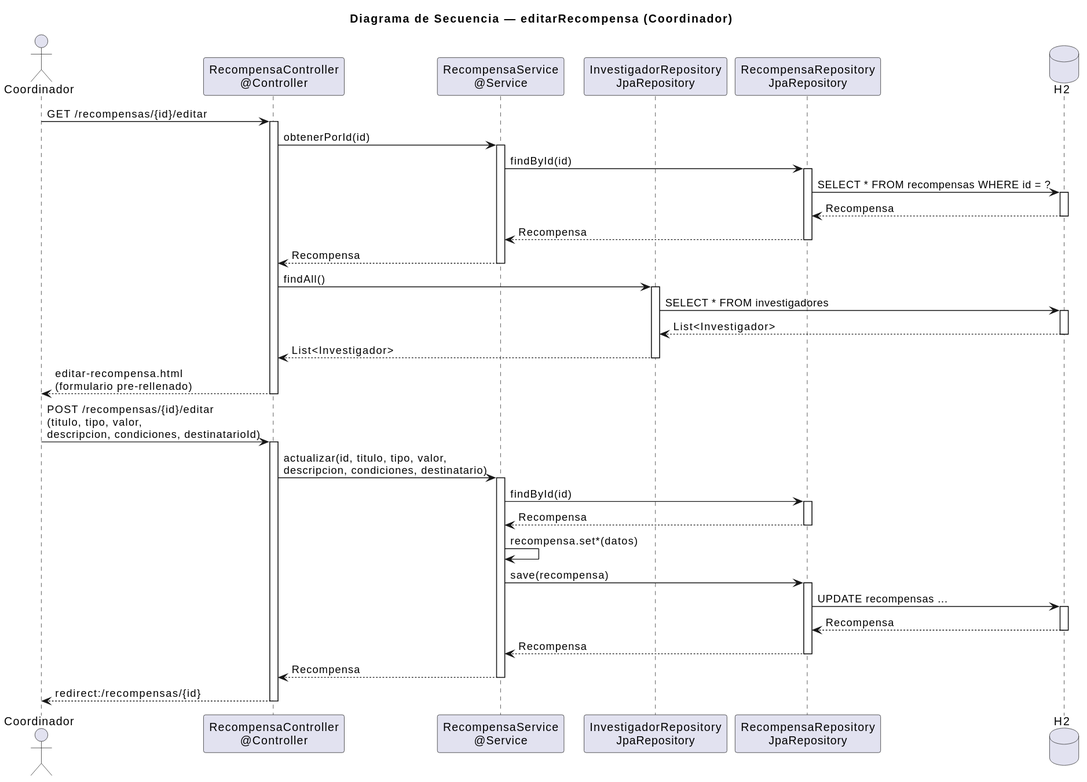
Above: images/diseño/coordinador/editarRecompensa.svg in 31Diego/25-26-idsw2-sdVC (PlantUML), before the change.
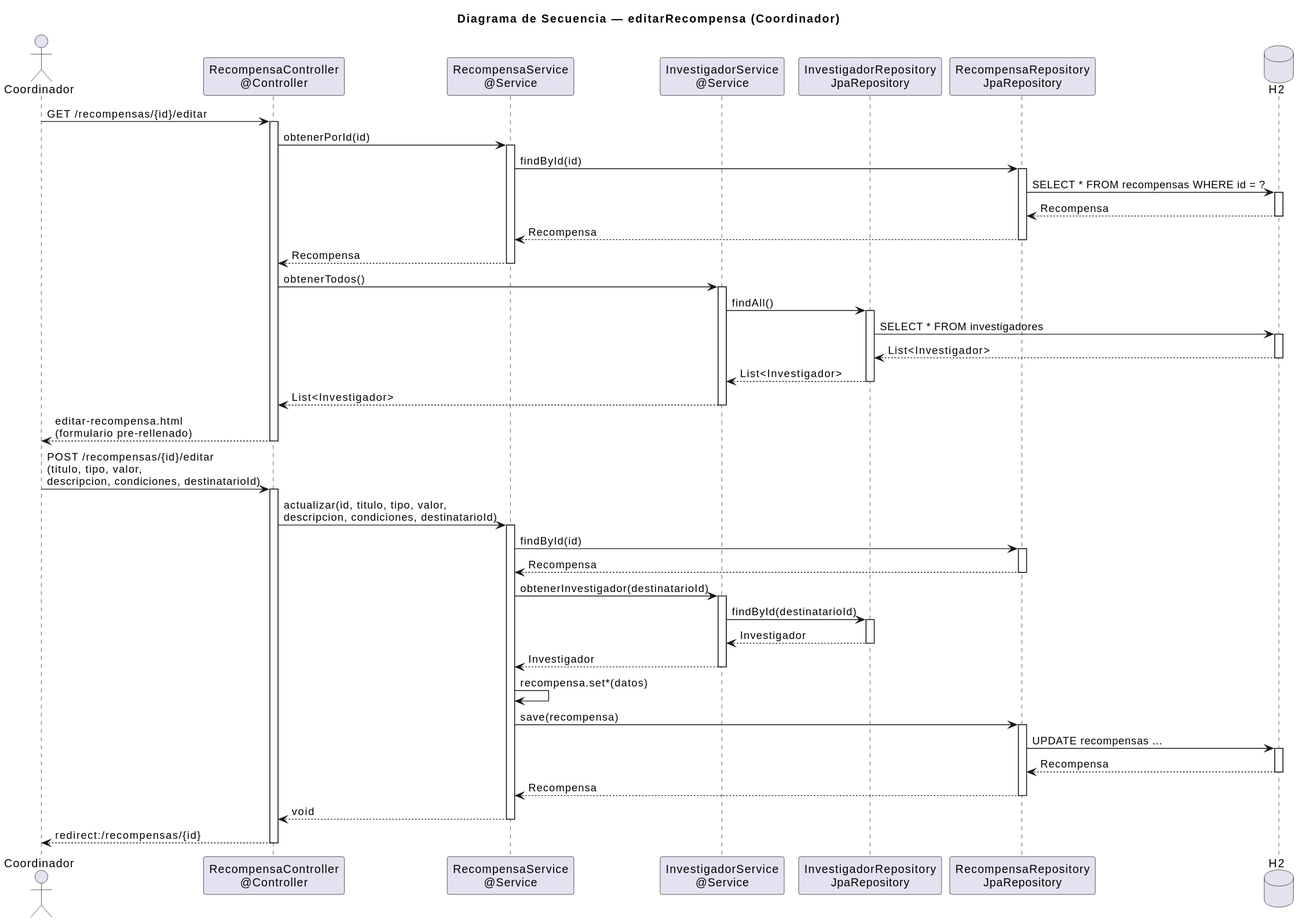
Later version of the same file.

What changed in the source:
```diff
@@ -4,6 +4,7 @@
 actor "Coordinador" as User
 participant "RecompensaController\n@Controller" as Controller
 participant "RecompensaService\n@Service" as Service
+participant "InvestigadorService\n@Service" as InvService
 participant "InvestigadorRepository\nJpaRepository" as InvRepo
 participant "RecompensaRepository\nJpaRepository" as Repo
 database "H2" as DB
@@ -22,25 +23,37 @@
 deactivate Repo
 Service --> Controller: Recompensa
 deactivate Service
-Controller -> InvRepo: findAll()
+Controller -> InvService: obtenerTodos()
+activate InvService
+InvService -> InvRepo: findAll()
 activate InvRepo
 InvRepo -> DB: SELECT * FROM investigadores
 activate DB
 DB --> InvRepo: List<Investigador>
 deactivate DB
-InvRepo --> Controller: List<Investigador>
+InvRepo --> InvService: List<Investigador>
 deactivate InvRepo
+InvService --> Controller: List<Investigador>
+deactivate InvService
 Controller --> User: editar-recompensa.html\n(formulario pre-rellenado)
 deactivate Controller
 
 User -> Controller: POST /recompensas/{id}/editar\n(titulo, tipo, valor,\ndescripcion, condiciones, destinatarioId)
 activate Controller
-Controller -> Service: actualizar(id, titulo, tipo, valor,\ndescripcion, condiciones, destinatario)
+Controller -> Service: actualizar(id, titulo, tipo, valor,\ndescripcion, condiciones, destinatarioId)
 activate Service
 Service -> Repo: findById(id)
 activate Repo
 Repo --> Service: Recompensa
 deactivate Repo
+Service -> InvService: obtenerInvestigador(destinatarioId)
+activate InvService
+InvService -> InvRepo: findById(destinatarioId)
+activate InvRepo
+InvRepo --> InvService: Investigador
+deactivate InvRepo
+InvService --> Service: Investigador
+deactivate InvService
 Service -> Service: recompensa.set*(datos)
 Service -> Repo: save(recompensa)
 activate Repo
@@ -50,7 +63,7 @@
 deactivate DB
 Repo --> Service: Recompensa
 deactivate Repo
-Service --> Controller: Recompensa
+Service --> Controller: void
 deactivate Service
 Controller --> User: redirect:/recompensas/{id}
 deactivate Controller
```
